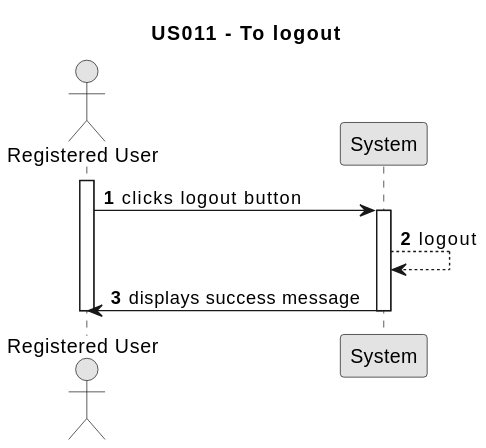
TiagoMagalhaes1232507/Testando-projeto keeps this PlantUML diagram as docs/sprint01/us011/01.requirements-engineering/svg/us011-system-sequence-diagram.svg. Above is the earlier version. Its diagram source:
```plantuml
@startuml
skinparam monochrome true
skinparam packageStyle rectangle
skinparam shadowing false

title US011 - To logout

autonumber

actor "Registered User" as RegisteredUser
participant "System" as System

activate RegisteredUser

RegisteredUser -> System : clicks logout button
activate System

System --> System :logout
System -> RegisteredUser : displays success message


deactivate System
deactivate RegisteredUser
@enduml
```
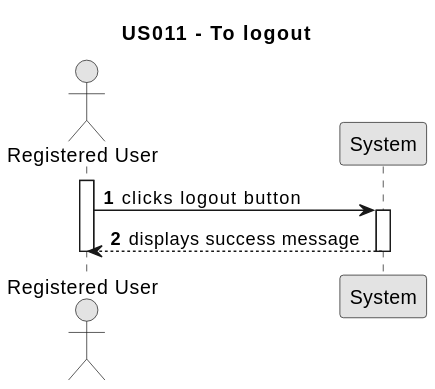
After the change.

The edit, as a diff of the source:
```diff
@@ -15,8 +15,7 @@
 RegisteredUser -> System : clicks logout button
 activate System
 
-System --> System :logout
-System -> RegisteredUser : displays success message
+System --> RegisteredUser : displays success message
 
 
 deactivate System
```
